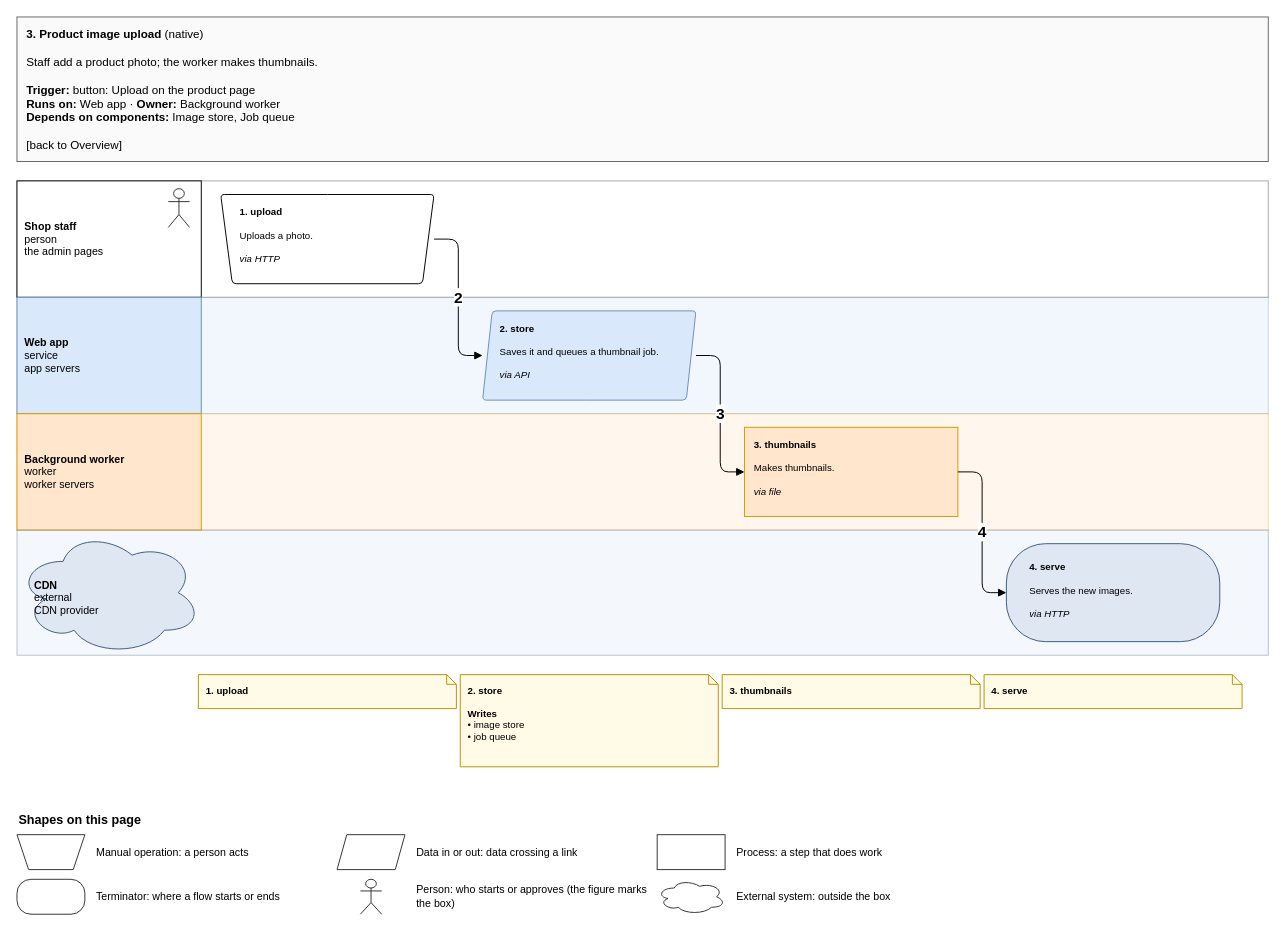
Before: page "3. Product image upload" (5 of 7) of specialists/platform/skill-drawio/examples/shop/drawio/flows.drawio in amalikn/skills_stuff, a draw.io diagram. Source tidied: cells renumbered, new cells numbered last; positions are measured from the earlier drawing's top-left corner, leaving out a move shared by most shapes. Both pictures are drawn from the tidied source at 97%, with x=0, y=0 at pixel (16, 16).
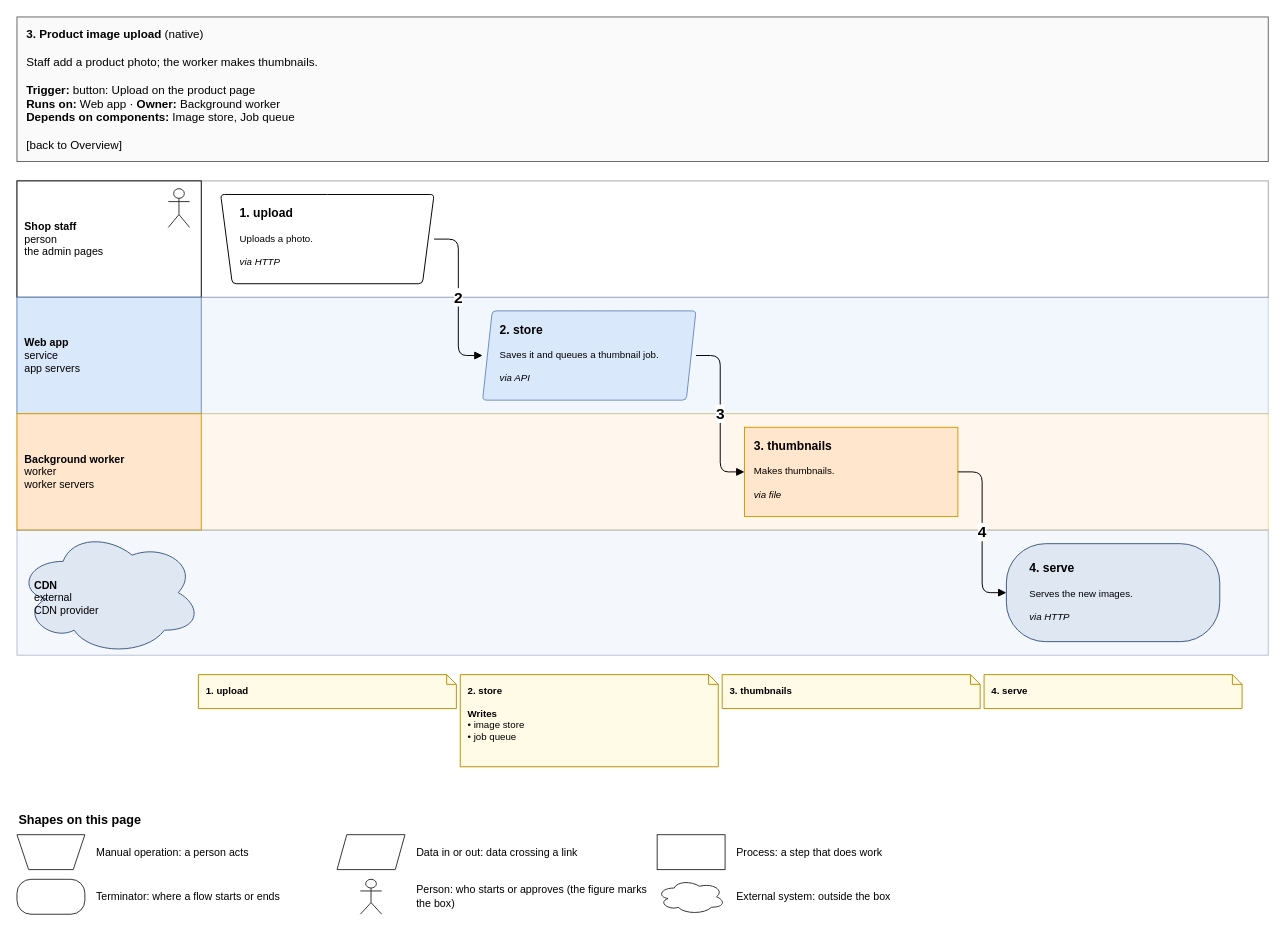
The same diagram, later.

Diff of the diagram source:
```diff
@@
-    <mxCell id="12" value="&lt;b&gt;1. upload&lt;/b&gt;&lt;br&gt; &lt;br&gt;Uploads a photo.&lt;br&gt; &lt;br&gt;&lt;i&gt;via HTTP&lt;/i&gt;" style="rounded=1;whiteSpace=wrap;html=1;fillColor=#ffffff;strokeColor=#000000;fontSize=11;arcSize=8;fontSize=10;align=left;verticalAlign=top;spacingLeft=8;spacingRight=6;spacingTop=6;shape=trapezoid;perimeter=trapezoidPerimeter;flipV=1;fixedSize=1;size=12;spacingLeft=18;spacingRight=18;" parent="1" vertex="1">
+    <mxCell id="12" value="&lt;span style=&quot;font-size:125%&quot;&gt;&lt;b&gt;1. upload&lt;/b&gt;&lt;/span&gt;&lt;br&gt; &lt;br&gt;Uploads a photo.&lt;br&gt; &lt;br&gt;&lt;i&gt;via HTTP&lt;/i&gt;" style="rounded=1;whiteSpace=wrap;html=1;fillColor=#ffffff;strokeColor=#000000;fontSize=11;arcSize=8;fontSize=10;align=left;verticalAlign=top;spacingLeft=8;spacingRight=6;spacingTop=6;shape=trapezoid;perimeter=trapezoidPerimeter;flipV=1;fixedSize=1;size=12;spacingLeft=18;spacingRight=18;" parent="1" vertex="1">
       <mxGeometry x="210" y="183" width="220" height="92" as="geometry" />
     </mxCell>
@@
-    <mxCell id="14" value="&lt;b&gt;2. store&lt;/b&gt;&lt;br&gt; &lt;br&gt;Saves it and queues a thumbnail job.&lt;br&gt; &lt;br&gt;&lt;i&gt;via API&lt;/i&gt;" style="rounded=1;whiteSpace=wrap;html=1;fillColor=#dae8fc;strokeColor=#6c8ebf;fontSize=11;arcSize=8;fontSize=10;align=left;verticalAlign=top;spacingLeft=8;spacingRight=6;spacingTop=6;shape=parallelogram;perimeter=parallelogramPerimeter;fixedSize=1;size=10;spacingLeft=16;spacingRight=16;" parent="1" vertex="1">
+    <mxCell id="14" value="&lt;span style=&quot;font-size:125%&quot;&gt;&lt;b&gt;2. store&lt;/b&gt;&lt;/span&gt;&lt;br&gt; &lt;br&gt;Saves it and queues a thumbnail job.&lt;br&gt; &lt;br&gt;&lt;i&gt;via API&lt;/i&gt;" style="rounded=1;whiteSpace=wrap;html=1;fillColor=#dae8fc;strokeColor=#6c8ebf;fontSize=11;arcSize=8;fontSize=10;align=left;verticalAlign=top;spacingLeft=8;spacingRight=6;spacingTop=6;shape=parallelogram;perimeter=parallelogramPerimeter;fixedSize=1;size=10;spacingLeft=16;spacingRight=16;" parent="1" vertex="1">
       <mxGeometry x="480" y="303" width="220" height="92" as="geometry" />
     </mxCell>
@@
-    <mxCell id="16" value="&lt;b&gt;3. thumbnails&lt;/b&gt;&lt;br&gt; &lt;br&gt;Makes thumbnails.&lt;br&gt; &lt;br&gt;&lt;i&gt;via file&lt;/i&gt;" style="rounded=1;whiteSpace=wrap;html=1;fillColor=#ffe6cc;strokeColor=#d79b00;fontSize=11;arcSize=8;fontSize=10;align=left;verticalAlign=top;spacingLeft=8;spacingRight=6;spacingTop=6;rounded=0;" parent="1" vertex="1">
+    <mxCell id="16" value="&lt;span style=&quot;font-size:125%&quot;&gt;&lt;b&gt;3. thumbnails&lt;/b&gt;&lt;/span&gt;&lt;br&gt; &lt;br&gt;Makes thumbnails.&lt;br&gt; &lt;br&gt;&lt;i&gt;via file&lt;/i&gt;" style="rounded=1;whiteSpace=wrap;html=1;fillColor=#ffe6cc;strokeColor=#d79b00;fontSize=11;arcSize=8;fontSize=10;align=left;verticalAlign=top;spacingLeft=8;spacingRight=6;spacingTop=6;rounded=0;" parent="1" vertex="1">
       <mxGeometry x="750" y="423" width="220" height="92" as="geometry" />
     </mxCell>
@@
-    <mxCell id="18" value="&lt;b&gt;4. serve&lt;/b&gt;&lt;br&gt; &lt;br&gt;Serves the new images.&lt;br&gt; &lt;br&gt;&lt;i&gt;via HTTP&lt;/i&gt;" style="rounded=1;whiteSpace=wrap;html=1;fillColor=#dfe7f3;strokeColor=#3d5a80;fontSize=11;arcSize=8;fontSize=10;align=left;verticalAlign=top;spacingLeft=8;spacingRight=6;spacingTop=6;rounded=1;arcSize=40;spacingLeft=22;spacingRight=18;spacingTop=12;" parent="1" vertex="1">
+    <mxCell id="18" value="&lt;span style=&quot;font-size:125%&quot;&gt;&lt;b&gt;4. serve&lt;/b&gt;&lt;/span&gt;&lt;br&gt; &lt;br&gt;Serves the new images.&lt;br&gt; &lt;br&gt;&lt;i&gt;via HTTP&lt;/i&gt;" style="rounded=1;whiteSpace=wrap;html=1;fillColor=#dfe7f3;strokeColor=#3d5a80;fontSize=11;arcSize=8;fontSize=10;align=left;verticalAlign=top;spacingLeft=8;spacingRight=6;spacingTop=6;rounded=1;arcSize=40;spacingLeft=22;spacingRight=18;spacingTop=12;" parent="1" vertex="1">
       <mxGeometry x="1020" y="543" width="220" height="101" as="geometry" />
     </mxCell>
```
